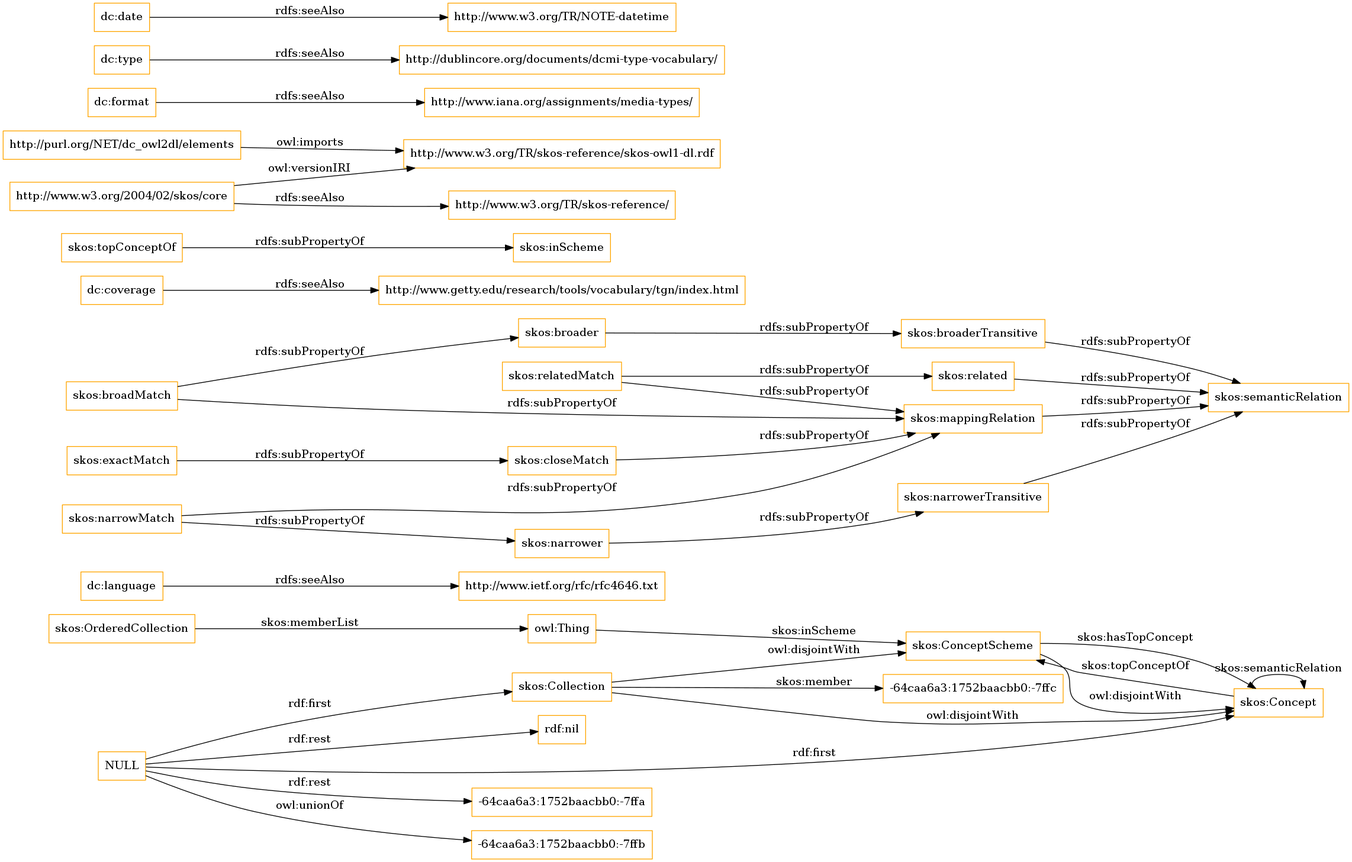
OnToologyUser/core-ontology-1 keeps this Graphviz diagram as OnToology/imports/elements.owl/diagrams/ar2dtool-class/elements.owl.png. Above is the earlier version. Its source is kept beside it as OnToology/imports/elements.owl/diagrams/ar2dtool-class/elements.owl.png.dot.
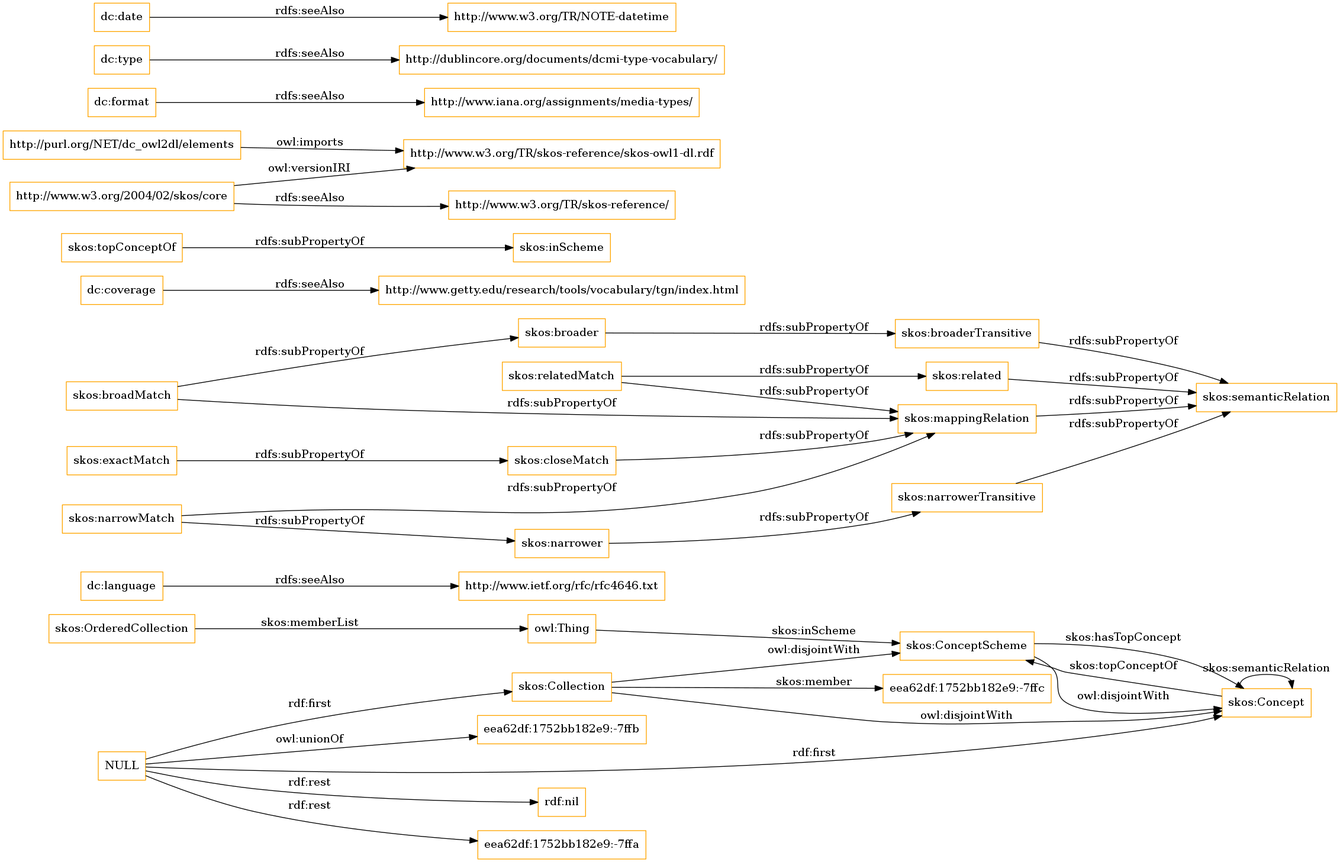
Later version of the same file.

Diff of the diagram source:
```diff
@@ -1,13 +1,13 @@
 digraph ar2dtool_diagram {
 rankdir=LR;
 size="1501"
-node [shape = rectangle, color="orange"]; "-64caa6a3:1752baacbb0:-7ffc" "skos:OrderedCollection" "skos:Collection" "skos:ConceptScheme" "skos:Concept" ; /*classes style*/
+node [shape = rectangle, color="orange"]; "eea62df:1752bb182e9:-7ffc" "skos:OrderedCollection" "skos:Collection" "skos:ConceptScheme" "skos:Concept" ; /*classes style*/
 	"dc:language" -> "http://www.ietf.org/rfc/rfc4646.txt" [ label = "rdfs:seeAlso" ];
-	"NULL" -> "-64caa6a3:1752baacbb0:-7ffa" [ label = "rdf:rest" ];
-	"NULL" -> "skos:Concept" [ label = "rdf:first" ];
-	"NULL" -> "-64caa6a3:1752baacbb0:-7ffb" [ label = "owl:unionOf" ];
 	"NULL" -> "rdf:nil" [ label = "rdf:rest" ];
 	"NULL" -> "skos:Collection" [ label = "rdf:first" ];
+	"NULL" -> "eea62df:1752bb182e9:-7ffa" [ label = "rdf:rest" ];
+	"NULL" -> "skos:Concept" [ label = "rdf:first" ];
+	"NULL" -> "eea62df:1752bb182e9:-7ffb" [ label = "owl:unionOf" ];
 	"skos:closeMatch" -> "skos:mappingRelation" [ label = "rdfs:subPropertyOf" ];
 	"dc:coverage" -> "http://www.getty.edu/research/tools/vocabulary/tgn/index.html" [ label = "rdfs:seeAlso" ];
 	"skos:relatedMatch" -> "skos:related" [ label = "rdfs:subPropertyOf" ];
@@ -36,7 +36,7 @@
 	"skos:OrderedCollection" -> "owl:Thing" [ label = "skos:memberList" ];
 	"skos:Concept" -> "skos:ConceptScheme" [ label = "skos:topConceptOf" ];
 	"skos:Concept" -> "skos:Concept" [ label = "skos:semanticRelation" ];
-	"skos:Collection" -> "-64caa6a3:1752baacbb0:-7ffc" [ label = "skos:member" ];
+	"skos:Collection" -> "eea62df:1752bb182e9:-7ffc" [ label = "skos:member" ];
 	"skos:ConceptScheme" -> "skos:Concept" [ label = "skos:hasTopConcept" ];
 	"owl:Thing" -> "skos:ConceptScheme" [ label = "skos:inScheme" ];
 
```
